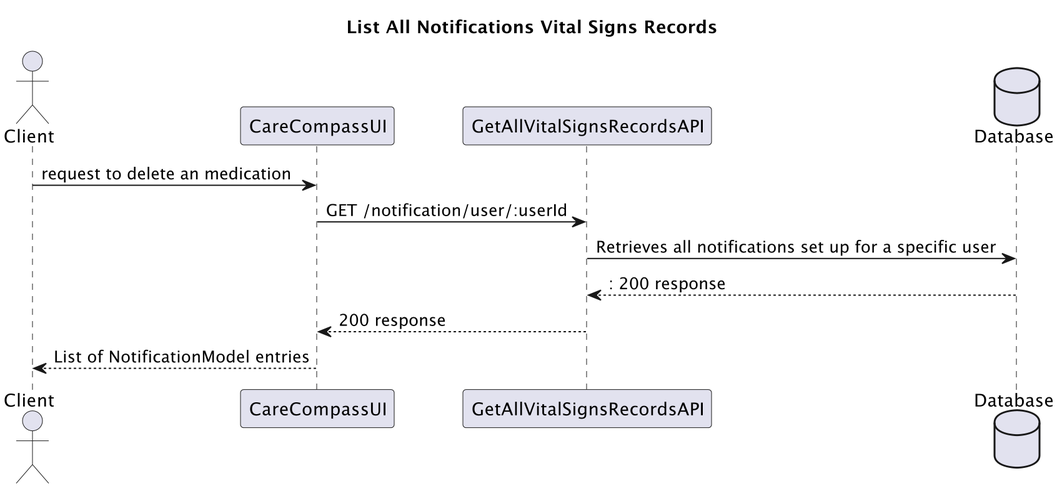
evazhao919/CareCompass keeps this PlantUML diagram as resources/images/ListAllNotificationsVitalSignsRecords.png. Above is the earlier version. Its source is kept beside it as resources/ListAllNotificationsVitalSignsRecords.puml.
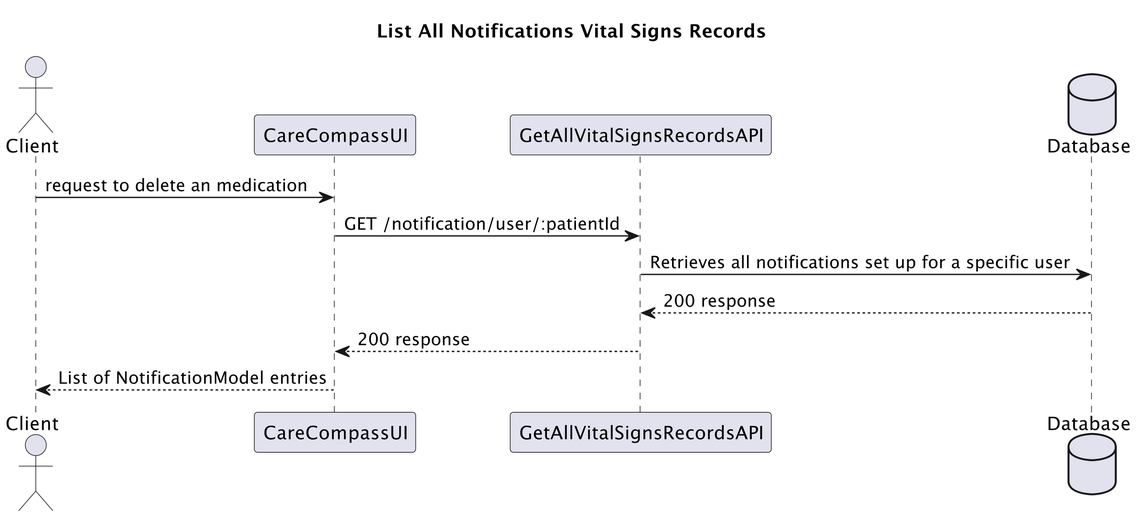
Above is the later version.

What changed in the source:
```diff
@@ -7,10 +7,10 @@
 database Database
 
 Client -> CareCompassUI: request to delete an medication
-CareCompassUI -> GetAllVitalSignsRecordsAPI: GET /notification/user/:userId
+CareCompassUI -> GetAllVitalSignsRecordsAPI: GET /notification/user/:patientId
 GetAllVitalSignsRecordsAPI -> Database: Retrieves all notifications set up for a specific user
 
-Database  --> GetAllVitalSignsRecordsAPI:: 200 response
+Database  --> GetAllVitalSignsRecordsAPI: 200 response
 GetAllVitalSignsRecordsAPI --> CareCompassUI: 200 response
 CareCompassUI --> Client: List of NotificationModel entries
 @enduml
```
